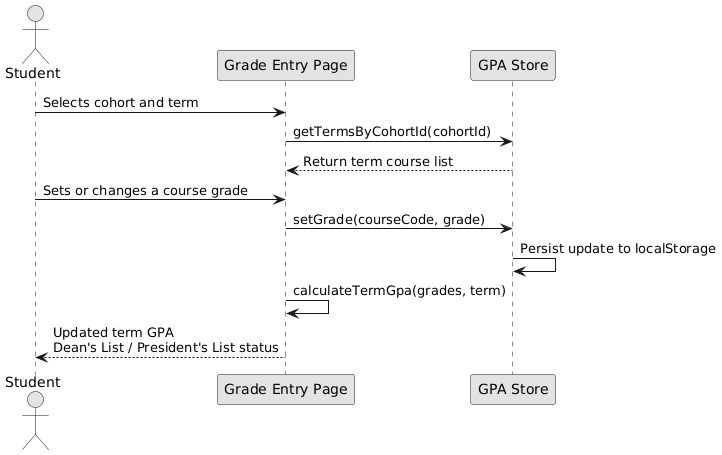
Above: docs/media/images/scenario-2.png in Fernando-Pinto-Villarroel/gpa-calculator (PlantUML), before the change. Source of this version:
```plantuml
@startuml
skinparam monochrome true
skinparam shadowing false

actor Student
participant "Grade Entry Page" as Config
participant "GPA Store" as Store

Student -> Config : Selects cohort and term
Config -> Store : getTermsByCohortId(cohortId)
Store --> Config : Return term course list
Student -> Config : Sets or changes a course grade
Config -> Store : setGrade(courseCode, grade)
Store -> Store : Persist update to localStorage
Config -> Config : calculateTermGpa(grades, term)
Config --> Student : Updated term GPA\nDean's List / President's List status
@enduml
```
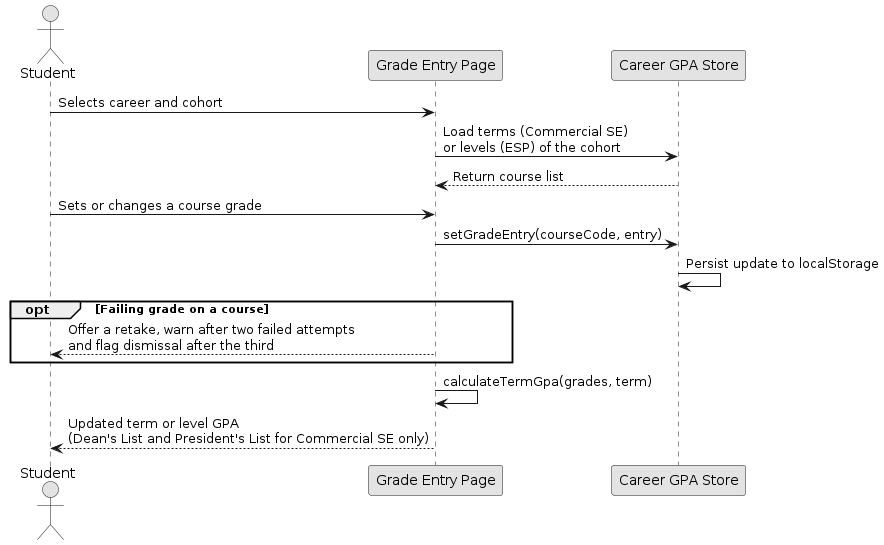
The same file after the commit.

Change to the diagram source:
```diff
@@ -1,17 +1,20 @@
-@startuml
+@startuml scenario-2
 skinparam monochrome true
 skinparam shadowing false
 
 actor Student
 participant "Grade Entry Page" as Config
-participant "GPA Store" as Store
+participant "Career GPA Store" as Store
 
-Student -> Config : Selects cohort and term
-Config -> Store : getTermsByCohortId(cohortId)
-Store --> Config : Return term course list
+Student -> Config : Selects career and cohort
+Config -> Store : Load terms (Commercial SE)\nor levels (ESP) of the cohort
+Store --> Config : Return course list
 Student -> Config : Sets or changes a course grade
-Config -> Store : setGrade(courseCode, grade)
+Config -> Store : setGradeEntry(courseCode, entry)
 Store -> Store : Persist update to localStorage
+opt Failing grade on a course
+  Config --> Student : Offer a retake, warn after two failed attempts\nand flag dismissal after the third
+end
 Config -> Config : calculateTermGpa(grades, term)
-Config --> Student : Updated term GPA\nDean's List / President's List status
+Config --> Student : Updated term or level GPA\n(Dean's List and President's List for Commercial SE only)
 @enduml
```
